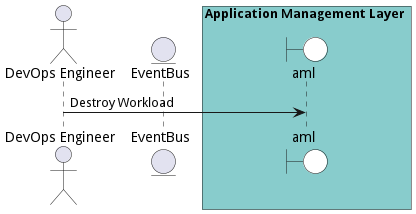
Earlier version of the PlantUML export docs/edgemere/aml/usecases/manageworkloads/DestroyWorkload.png (madajaju/edgemere). The source it was exported from:
```plantuml
@startuml

actor "DevOps Engineer"


entity EventBus

box Application Management Layer #88cccc
    boundary aml #white
end box



"DevOps Engineer" -> aml: Destroy Workload



@enduml
```
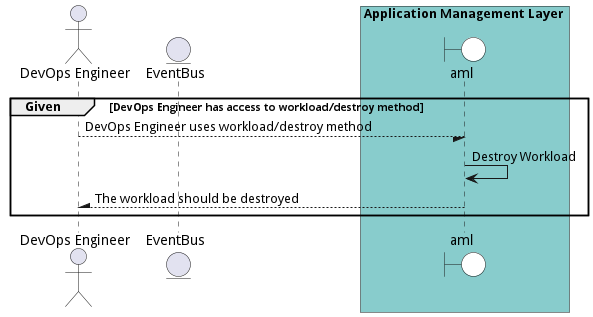
The same file after the commit.

Diff of the diagram source:
```diff
@@ -1,4 +1,5 @@
 @startuml
+
 
 actor "DevOps Engineer"
 
@@ -10,9 +11,16 @@
 end box
 
 
+group Given [DevOps Engineer has access to workload/destroy method]
 
-"DevOps Engineer" -> aml: Destroy Workload
+"DevOps Engineer" --/ aml: DevOps Engineer uses workload/destroy method
+"aml" -> aml: Destroy Workload
 
 
 
+"DevOps Engineer" /-- aml: The workload should be destroyed
+
+
+end
+
 @enduml
```
